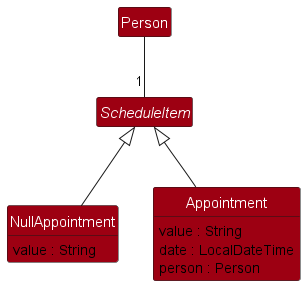
Before: docs/images/ScheduleItemClassDiagram.png, a diagram exported from PlantUML (nus-cs2103-AY2324S1/tp). Its diagram source:
```plantuml
@startuml
hide empty methods
hide empty attributes
hide circle
skinparam class {
  BackgroundColor #9D0012
  FontColor #FFFFFF
      FontSize 15
}

abstract class ScheduleItem {}
class Appointment {
    value : String
    date : LocalDateTime
    person : Person
}
class NullAppointment {
    value : String
}
class Person {}

Appointment -up-|> ScheduleItem
NullAppointment -up-|> ScheduleItem

Person -down- "1" ScheduleItem
Appointment -[hidden]left-> NullAppointment

@enduml
```
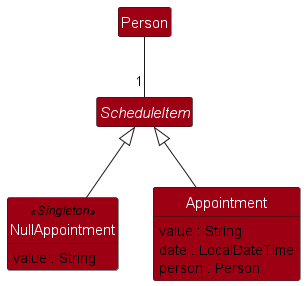
Above is the later version.

Commit message:
Update documentation for Schedule Implementation in DG

What changed in the source:
```diff
@@ -14,7 +14,8 @@
     date : LocalDateTime
     person : Person
 }
-class NullAppointment {
+
+class NullAppointment <<Singleton>> {
     value : String
 }
 class Person {}
```
